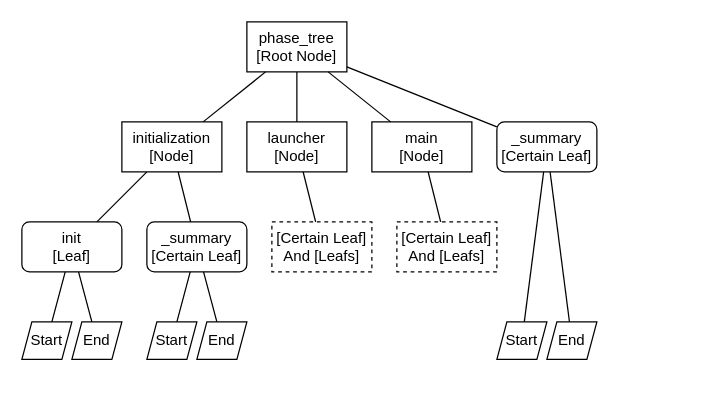
Earlier version of the draw.io diagram StartMonitor.drawio (Cmdone/Draw.io). Source tidied: cells renumbered, new cells numbered last; positions are measured from the earlier drawing's top-left corner, leaving out a move shared by most shapes. Both pictures are drawn from the tidied source at 125%, with x=0, y=0 at pixel (21, 21).
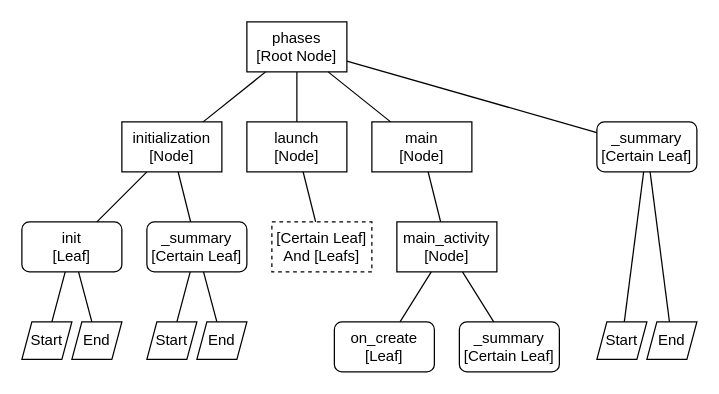
The same diagram, later.

The change refers to these unchanged cells:
```xml
<mxCell id="5" value="main&lt;br&gt;[Node]" style="rounded=0;whiteSpace=wrap;html=1;fillColor=none;" parent="1" vertex="1">
  <mxGeometry x="280" y="80" width="80" height="40" as="geometry" />
</mxCell>
```

Diff of the diagram source:
```diff
@@
-    <mxCell id="2" value="phase_tree&lt;br&gt;[Root Node]" style="rounded=0;whiteSpace=wrap;html=1;fillColor=none;" parent="1" vertex="1">
+    <mxCell id="2" value="phases&lt;br&gt;[Root Node]" style="rounded=0;whiteSpace=wrap;html=1;fillColor=none;" parent="1" vertex="1">
       <mxGeometry x="180" width="80" height="40" as="geometry" />
     </mxCell>
@@
-    <mxCell id="4" value="launcher&lt;br&gt;[Node]" style="rounded=0;whiteSpace=wrap;html=1;fillColor=none;" parent="1" vertex="1">
+    <mxCell id="4" value="launch&lt;br&gt;[Node]" style="rounded=0;whiteSpace=wrap;html=1;fillColor=none;" parent="1" vertex="1">
       <mxGeometry x="180" y="80" width="80" height="40" as="geometry" />
     </mxCell>
@@
     <mxCell id="9" value="_summary&lt;br&gt;[Certain Leaf]" style="rounded=1;whiteSpace=wrap;html=1;fillColor=none;" parent="1" vertex="1">
-      <mxGeometry x="380" y="80" width="80" height="40" as="geometry" />
+      <mxGeometry x="460" y="80" width="80" height="40" as="geometry" />
     </mxCell>
@@
-    <mxCell id="17" value="[Certain Leaf]&lt;br&gt;And [Leafs]" style="dashed=1;&#10;rounded=1;whiteSpace=wrap;html=1;fillColor=none;" parent="1" vertex="1">
-      <mxGeometry x="300" y="160" width="80" height="40" as="geometry" />
-    </mxCell>
-    <mxCell id="18" style="endArrow=none;html=1;" parent="1" edge="1" source="5" target="17">
+    <mxCell id="18" style="endArrow=none;html=1;" parent="1" edge="1" source="5" target="31">
       <mxGeometry relative="1" as="geometry" />
     </mxCell>
@@
     <mxCell id="27" value="Start" style="shape=parallelogram;perimeter=parallelogramPerimeter;whiteSpace=wrap;html=1;dashed=0;fillColor=none;" parent="1" vertex="1">
-      <mxGeometry x="380" y="240" width="40" height="30" as="geometry" />
+      <mxGeometry x="460" y="240" width="40" height="30" as="geometry" />
     </mxCell>
     <mxCell id="28" value="End" style="shape=parallelogram;perimeter=parallelogramPerimeter;whiteSpace=wrap;html=1;dashed=0;fillColor=none;" parent="1" vertex="1">
-      <mxGeometry x="420" y="240" width="40" height="30" as="geometry" />
+      <mxGeometry x="500" y="240" width="40" height="30" as="geometry" />
     </mxCell>
@@
+    <mxCell id="31" value="main_activity&lt;br&gt;[Node]" style="rounded=0;whiteSpace=wrap;html=1;fillColor=none;" parent="1" vertex="1">
+      <mxGeometry x="300" y="160" width="80" height="40" as="geometry" />
+    </mxCell>
+    <mxCell id="32" value="_summary&lt;br&gt;[Certain Leaf]" style="rounded=1;whiteSpace=wrap;html=1;fillColor=none;" parent="1" vertex="1">
+      <mxGeometry x="350" y="240" width="80" height="40" as="geometry" />
+    </mxCell>
+    <mxCell id="33" value="on_create&lt;br&gt;[Leaf]" style="rounded=1;whiteSpace=wrap;html=1;fillColor=none;" parent="1" vertex="1">
+      <mxGeometry x="250" y="240" width="80" height="40" as="geometry" />
+    </mxCell>
+    <mxCell id="34" style="endArrow=none;html=1;" parent="1" edge="1" source="33" target="31">
+      <mxGeometry relative="1" as="geometry" />
+    </mxCell>
+    <mxCell id="35" style="endArrow=none;html=1;" parent="1" edge="1" source="32" target="31">
+      <mxGeometry relative="1" as="geometry" />
+    </mxCell>
```
